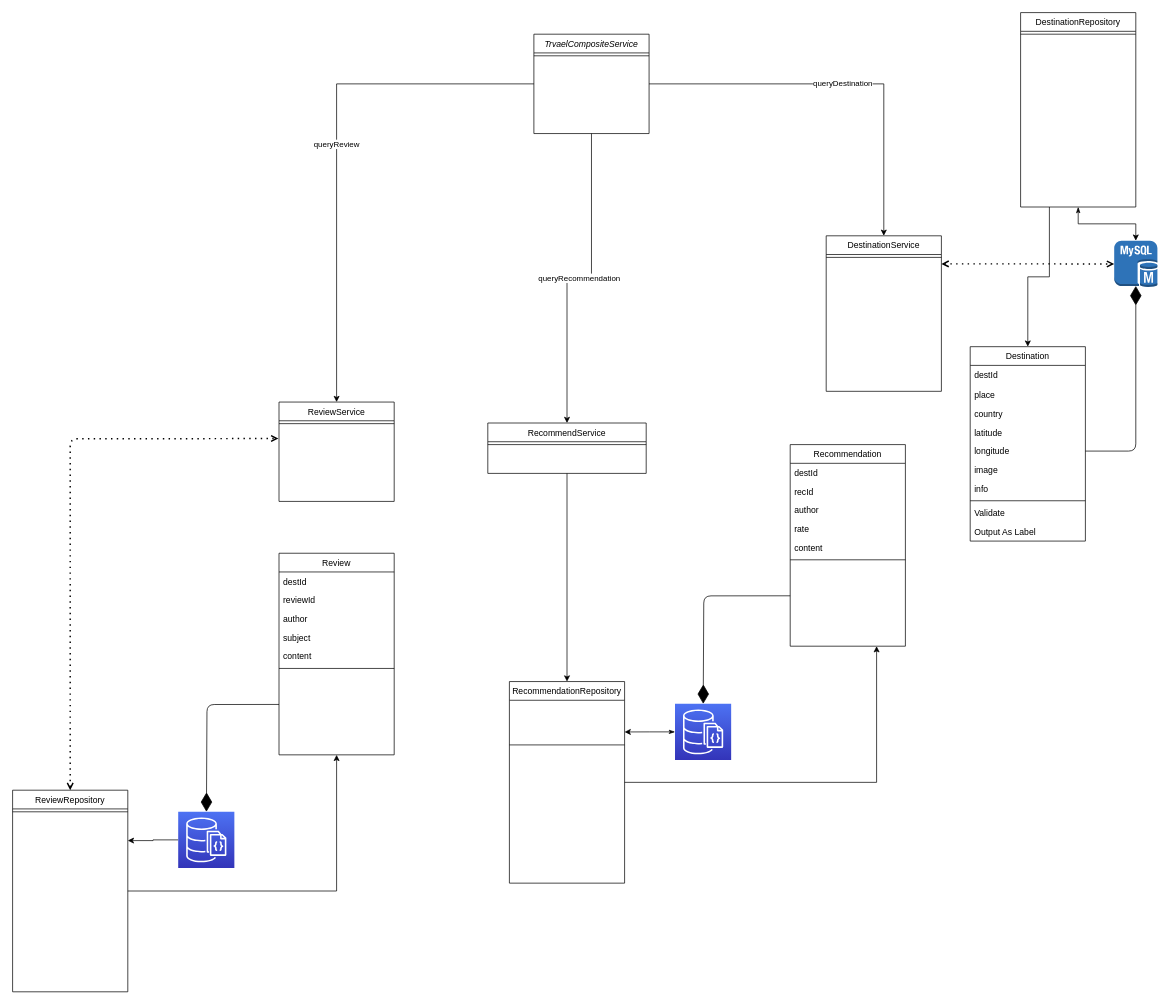
Above: docs/diagram.drawio in team-micro/travel-web-app (draw.io), before the change. Source tidied: cells renumbered, new cells numbered last; positions are measured from the earlier drawing's top-left corner, leaving out a move shared by most shapes. Both pictures are drawn from the tidied source at 72%, with x=0, y=0 at pixel (12, 12).
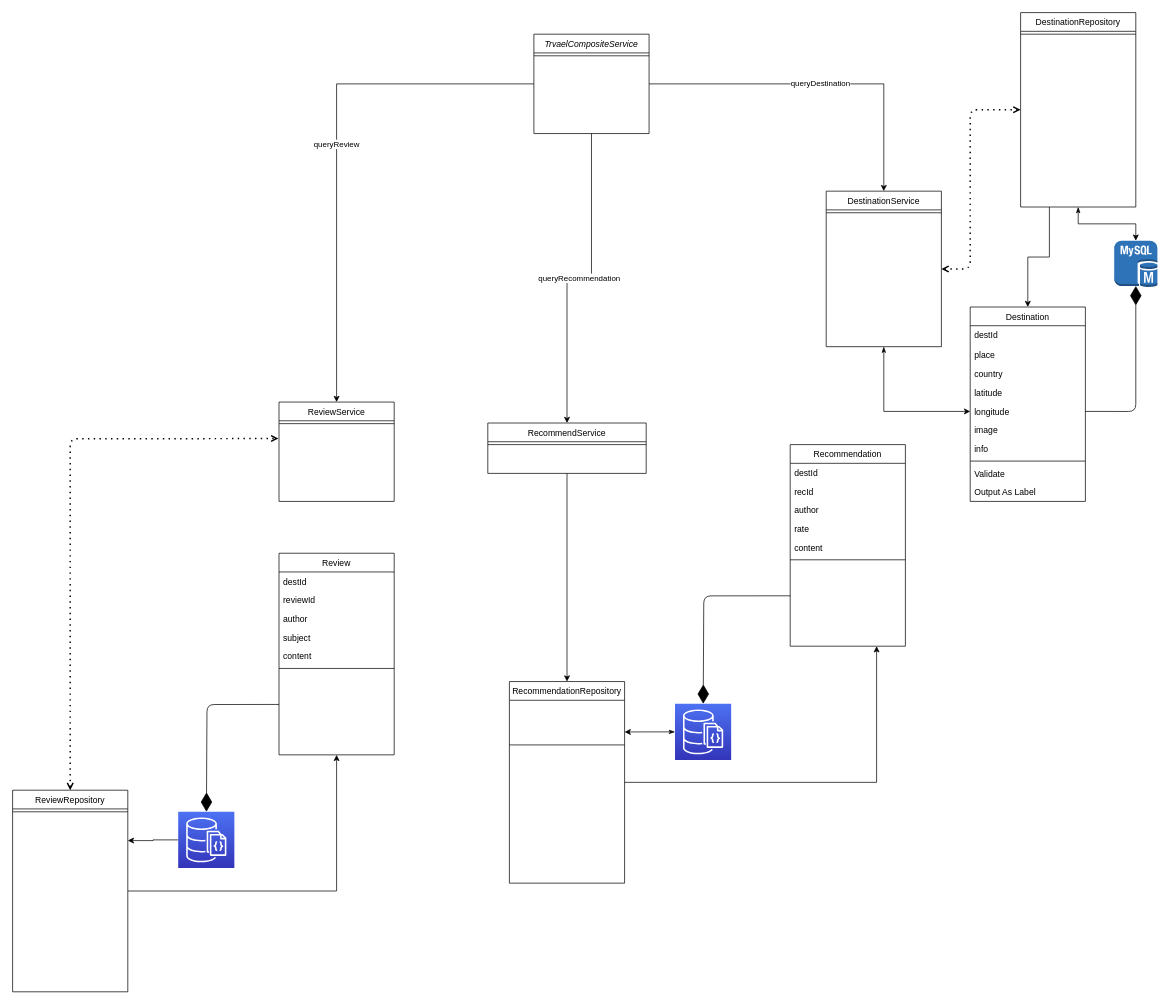
The same diagram, later.

Unchanged cells that the change refers to:
```xml
<mxCell id="20" value="longitude" style="text;align=left;verticalAlign=top;spacingLeft=4;spacingRight=4;overflow=hidden;points=[[0,0.5],[1,0.5]];portConstraint=eastwest;rounded=0;shadow=0;html=0;" parent="15" vertex="1">
  <mxGeometry y="132" width="160" height="26" as="geometry" />
</mxCell>
<mxCell id="44" style="outlineConnect=0;dashed=0;verticalLabelPosition=bottom;verticalAlign=top;align=center;html=1;shape=mxgraph.aws3.mysql_db_instance;fillColor=#2E73B8;gradientColor=none;" parent="1" vertex="1">
  <mxGeometry x="1530" y="316.8" width="60" height="64.5" as="geometry" />
</mxCell>
<mxCell id="51" value="DestinationRepository" style="swimlane;fontStyle=0;align=center;verticalAlign=top;horizontal=1;startSize=26;rounded=0;shadow=0;strokeWidth=1;" parent="1" vertex="1">
  <mxGeometry x="1400" width="160" height="270" as="geometry" />
</mxCell>
```

Diff of the diagram source:
```diff
@@
+    <mxCell id="59" style="edgeStyle=orthogonalEdgeStyle;rounded=0;jettySize=auto;html=1;startArrow=classicThin;startFill=1;" parent="1" edge="1" source="13" target="20">
+      <mxGeometry relative="1" as="geometry" />
+    </mxCell>
     <mxCell id="13" value="DestinationService" style="swimlane;fontStyle=0;align=center;verticalAlign=top;horizontal=1;startSize=26;rounded=0;shadow=0;strokeWidth=1;" parent="1" vertex="1">
-      <mxGeometry x="1130" y="310" width="160" height="216" as="geometry" />
+      <mxGeometry x="1130" y="248" width="160" height="216" as="geometry" />
     </mxCell>
@@
     <mxCell id="15" value="Destination" style="swimlane;fontStyle=0;align=center;verticalAlign=top;horizontal=1;startSize=26;rounded=0;shadow=0;strokeWidth=1;" parent="1" vertex="1">
-      <mxGeometry x="1330" y="464" width="160" height="270" as="geometry" />
+      <mxGeometry x="1330" y="408.9" width="160" height="270" as="geometry" />
     </mxCell>
@@
     <mxCell id="40" style="endArrow=diamondThin;endFill=1;endSize=24;html=1;exitX=1;exitY=0.5;exitDx=0;exitDy=0;entryX=0.5;entryY=0.975;entryDx=0;entryDy=0;entryPerimeter=0;" parent="1" edge="1" source="20" target="44">
       <mxGeometry relative="1" as="geometry">
         <Array as="points">
-          <mxPoint x="1560" y="609" />
+          <mxPoint x="1560" y="554" />
         </Array>
       </mxGeometry>
     </mxCell>
-    <mxCell id="41" style="endArrow=open;dashed=1;html=1;dashPattern=1 3;strokeWidth=2;exitX=1;exitY=0.5;exitDx=0;exitDy=0;entryX=0;entryY=0.5;entryDx=0;entryDy=0;entryPerimeter=0;startArrow=open;startFill=0;endFill=0;" parent="1" edge="1" target="44">
+    <mxCell id="41" style="endArrow=open;dashed=1;html=1;dashPattern=1 3;strokeWidth=2;exitX=1;exitY=0.5;exitDx=0;exitDy=0;startArrow=open;startFill=0;endFill=0;entryX=0;entryY=0.5;entryDx=0;entryDy=0;" parent="1" edge="1" source="13" target="51">
       <mxGeometry relative="1" as="geometry">
-        <mxPoint x="1290" y="349" as="sourcePoint" />
+        <Array as="points">
+          <mxPoint x="1330" y="356" />
+          <mxPoint x="1330" y="135" />
+        </Array>
       </mxGeometry>
     </mxCell>
```
